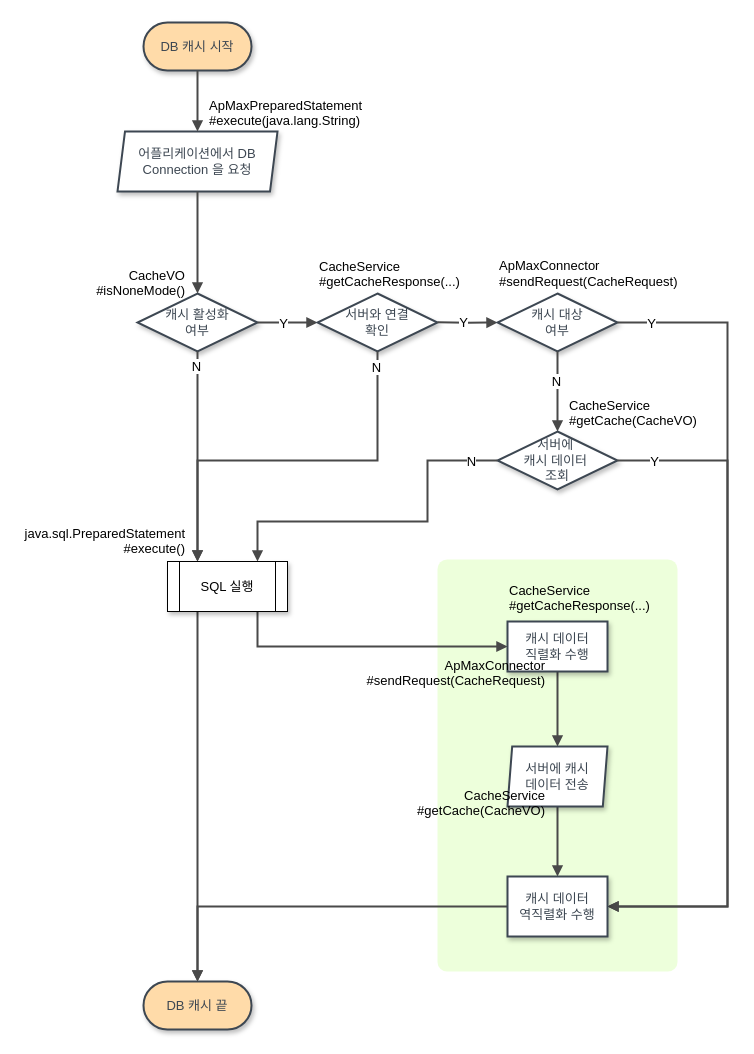
The draw.io diagram page "Agent DB 캐시" (3 of 3) of agent.drawio in greenn-lab/visitor-pattern, before the edit. Source tidied: cells renumbered, new cells numbered last; positions are measured from the earlier drawing's top-left corner, leaving out a move shared by most shapes. Both pictures are drawn from the tidied source at 100%, with x=0, y=0 at pixel (17, 22).
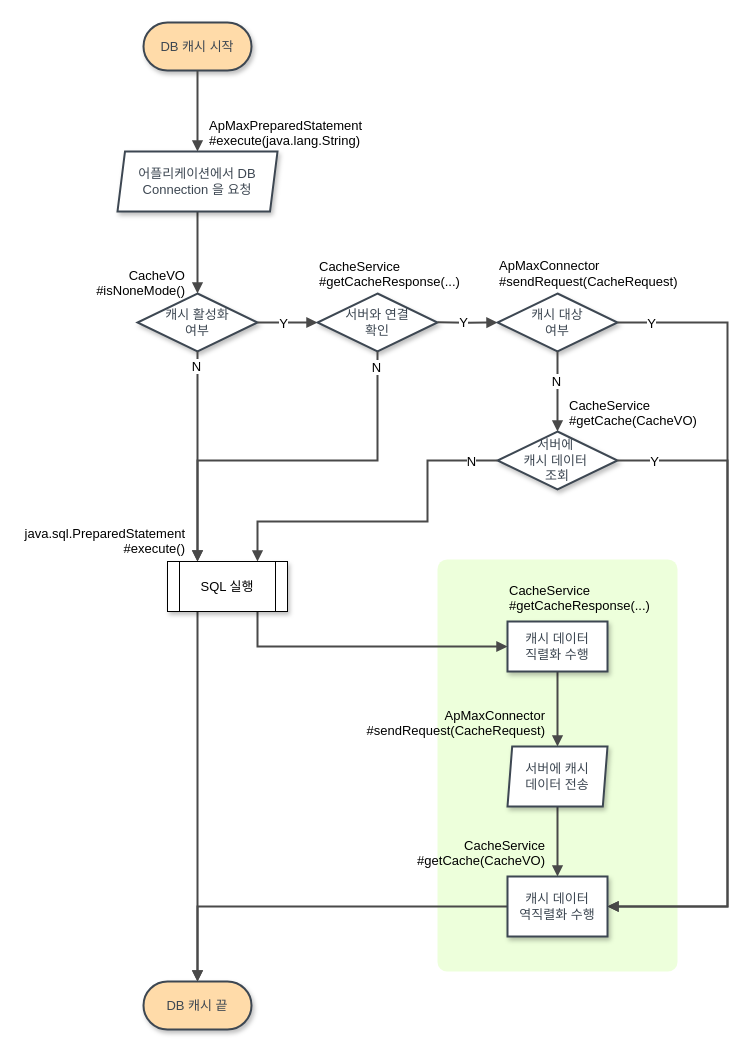
The same diagram, later.

Change to the diagram source:
```diff
@@
-    <mxCell id="5" value="어플리케이션에서 DB Connection 을 요청" style="html=1;whiteSpace=wrap;shape=parallelogram;perimeter=parallelogramPerimeter;anchorPointDirection=0;whiteSpace=wrap;fontSize=13;fontColor=#3d4752;align=center;spacing=3;strokeColor=#3d4752;strokeOpacity=100;fillOpacity=100;shadow=1;fillColor=#ffffff;strokeWidth=2;fontFamily=Helvetica;size=0.046875;" parent="1" vertex="1">
-      <mxGeometry x="100" y="109" width="160" height="60" as="geometry" />
-    </mxCell>
@@
-    <mxCell id="25" value="ApMaxPreparedStatement&lt;br&gt;#execute(java.lang.String)" style="text;whiteSpace=wrap;html=1;fontSize=13;fontFamily=Helvetica;verticalAlign=bottom;" parent="1" vertex="1">
-      <mxGeometry x="190" y="79" width="280" height="30" as="geometry" />
-    </mxCell>
@@
+    <mxCell id="48" value="SQL 실행" style="shape=process;whiteSpace=wrap;html=1;backgroundOutline=1;shadow=1;strokeColor=#000000;strokeWidth=1;gradientColor=none;fontFamily=Helvetica;fontSize=13;align=center;" parent="1" vertex="1">
+      <mxGeometry x="150" y="539" width="120" height="50" as="geometry" />
+    </mxCell>
@@
-    <mxCell id="41" style="group;" parent="1" vertex="1">
-      <mxGeometry x="320" y="639" width="270" height="95" as="geometry" />
-    </mxCell>
+    <mxCell id="49" value="java.sql.PreparedStatement&lt;br&gt;#execute()" style="text;whiteSpace=wrap;html=1;fontSize=13;fontFamily=Helvetica;verticalAlign=bottom;align=right;" parent="1" vertex="1">
+      <mxGeometry y="487" width="170" height="50" as="geometry" />
+    </mxCell>
+    <mxCell id="50" style="group;" parent="1" vertex="1">
+      <mxGeometry x="320" y="689" width="270" height="95" as="geometry" />
+    </mxCell>
-    <mxCell id="42" value="서버에 캐시 &lt;br&gt;데이터 전송" style="html=1;whiteSpace=wrap;shape=parallelogram;perimeter=parallelogramPerimeter;anchorPointDirection=0;whiteSpace=wrap;fontSize=13;fontColor=#3d4752;align=center;spacing=3;strokeColor=#3d4752;strokeOpacity=100;fillOpacity=100;shadow=1;fillColor=#ffffff;strokeWidth=2;fontFamily=Helvetica;size=0.046875;" parent="41" vertex="1">
-      <mxGeometry x="170" y="85" width="100" height="60" as="geometry" />
+    <mxCell id="42" value="서버에 캐시 &lt;br&gt;데이터 전송" style="html=1;whiteSpace=wrap;shape=parallelogram;perimeter=parallelogramPerimeter;anchorPointDirection=0;whiteSpace=wrap;fontSize=13;fontColor=#3d4752;align=center;spacing=3;strokeColor=#3d4752;strokeOpacity=100;fillOpacity=100;shadow=1;fillColor=#ffffff;strokeWidth=2;fontFamily=Helvetica;size=0.046875;" parent="50" vertex="1">
+      <mxGeometry x="170" y="35" width="100" height="60" as="geometry" />
     </mxCell>
-    <mxCell id="43" value="ApMaxConnector&lt;br&gt;#sendRequest(CacheRequest)" style="text;whiteSpace=wrap;html=1;fontSize=13;fontFamily=Helvetica;align=right;verticalAlign=bottom;" parent="41" vertex="1">
+    <mxCell id="43" value="ApMaxConnector&lt;br&gt;#sendRequest(CacheRequest)" style="text;whiteSpace=wrap;html=1;fontSize=13;fontFamily=Helvetica;align=right;verticalAlign=bottom;" parent="50" vertex="1">
       <mxGeometry width="210" height="30" as="geometry" />
     </mxCell>
-    <mxCell id="44" style="group;" parent="1" vertex="1">
-      <mxGeometry x="360" y="769" width="230" height="95" as="geometry" />
-    </mxCell>
+    <mxCell id="51" style="group;" parent="1" vertex="1">
+      <mxGeometry x="360" y="819" width="230" height="95" as="geometry" />
+    </mxCell>
-    <mxCell id="45" value="캐시 데이터&lt;br&gt;역직렬화&amp;nbsp;수행" style="html=1;whiteSpace=wrap;whiteSpace=wrap;fontSize=13;fontColor=#3d4752;align=center;spacing=7;strokeColor=#3d4752;strokeOpacity=100;fillOpacity=100;shadow=1;fillColor=#ffffff;strokeWidth=2;fontFamily=Helvetica;" parent="44" vertex="1">
-      <mxGeometry x="130" y="85" width="100" height="60" as="geometry" />
+    <mxCell id="45" value="캐시 데이터&lt;br&gt;역직렬화&amp;nbsp;수행" style="html=1;whiteSpace=wrap;whiteSpace=wrap;fontSize=13;fontColor=#3d4752;align=center;spacing=7;strokeColor=#3d4752;strokeOpacity=100;fillOpacity=100;shadow=1;fillColor=#ffffff;strokeWidth=2;fontFamily=Helvetica;" parent="51" vertex="1">
+      <mxGeometry x="130" y="35" width="100" height="60" as="geometry" />
     </mxCell>
-    <mxCell id="46" value="CacheService&lt;br&gt;#getCache(CacheVO)" style="text;whiteSpace=wrap;html=1;fontSize=13;fontFamily=Helvetica;verticalAlign=bottom;align=right;" parent="44" vertex="1">
+    <mxCell id="46" value="CacheService&lt;br&gt;#getCache(CacheVO)" style="text;whiteSpace=wrap;html=1;fontSize=13;fontFamily=Helvetica;verticalAlign=bottom;align=right;" parent="51" vertex="1">
       <mxGeometry width="170" height="30" as="geometry" />
     </mxCell>
-    <mxCell id="47" style="group;" parent="1" vertex="1">
-      <mxGeometry y="487" width="270" height="102" as="geometry" />
-    </mxCell>
-    <mxCell id="48" value="SQL 실행" style="shape=process;whiteSpace=wrap;html=1;backgroundOutline=1;shadow=1;strokeColor=#000000;strokeWidth=1;gradientColor=none;fontFamily=Helvetica;fontSize=13;align=center;" parent="47" vertex="1">
-      <mxGeometry x="150" y="52" width="120" height="50" as="geometry" />
-    </mxCell>
-    <mxCell id="49" value="java.sql.PreparedStatement&lt;br&gt;#execute()" style="text;whiteSpace=wrap;html=1;fontSize=13;fontFamily=Helvetica;verticalAlign=bottom;align=right;" parent="47" vertex="1">
-      <mxGeometry width="170" height="50" as="geometry" />
-    </mxCell>
+    <mxCell id="52" style="group;" parent="1" vertex="1">
+      <mxGeometry x="100" y="99" width="370" height="90" as="geometry" />
+    </mxCell>
+    <mxCell id="5" value="어플리케이션에서 DB Connection 을 요청" style="html=1;whiteSpace=wrap;shape=parallelogram;perimeter=parallelogramPerimeter;anchorPointDirection=0;whiteSpace=wrap;fontSize=13;fontColor=#3d4752;align=center;spacing=3;strokeColor=#3d4752;strokeOpacity=100;fillOpacity=100;shadow=1;fillColor=#ffffff;strokeWidth=2;fontFamily=Helvetica;size=0.046875;" parent="52" vertex="1">
+      <mxGeometry y="30" width="160" height="60" as="geometry" />
+    </mxCell>
+    <mxCell id="25" value="ApMaxPreparedStatement&lt;br&gt;#execute(java.lang.String)" style="text;whiteSpace=wrap;html=1;fontSize=13;fontFamily=Helvetica;verticalAlign=bottom;" parent="52" vertex="1">
+      <mxGeometry x="90" width="280" height="30" as="geometry" />
+    </mxCell>
```
